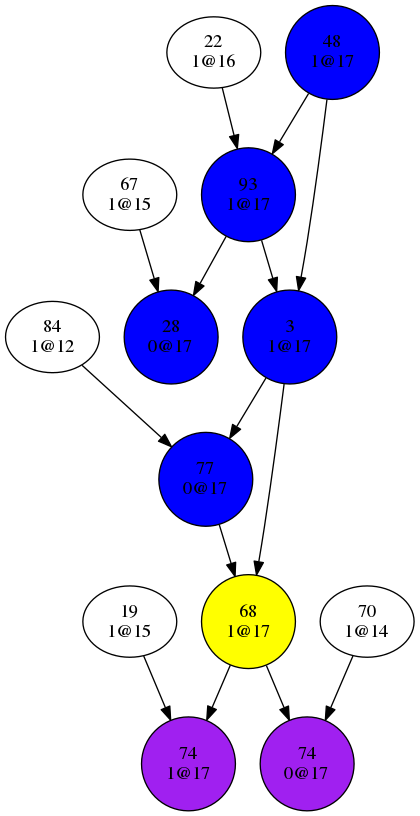
This is dev/bin/conflictGraph1.png from Oxmose/SATSolver, a Graphviz export, as it was before one commit. Its source is kept beside it as dev/bin/conflictGraph1.dot.
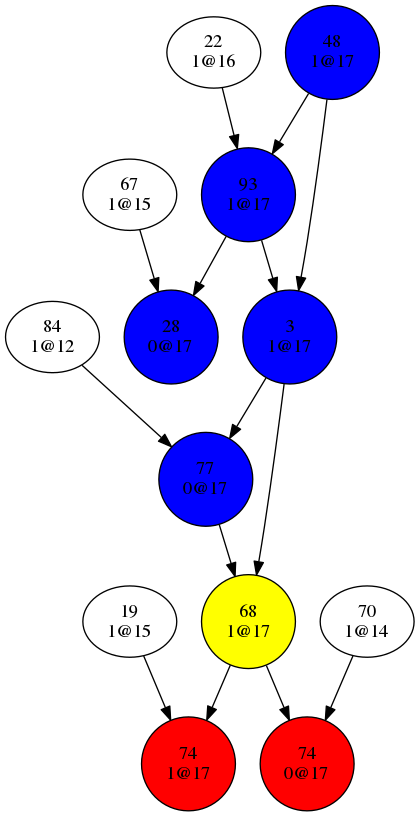
The same file after the commit.

Diff of the diagram source:
```diff
@@ -56,9 +56,9 @@
 "68
 1@17"[shape=circle, style=filled, fillcolor=yellow];
 "74
-0@17"[shape=circle, style=filled, fillcolor=purple];
+0@17"[shape=circle, style=filled, fillcolor=red];
 "74
-1@17"[shape=circle, style=filled, fillcolor=purple];
+1@17"[shape=circle, style=filled, fillcolor=red];
 "77
 0@17"[shape=circle, style=filled, fillcolor=blue];
 "93
```
